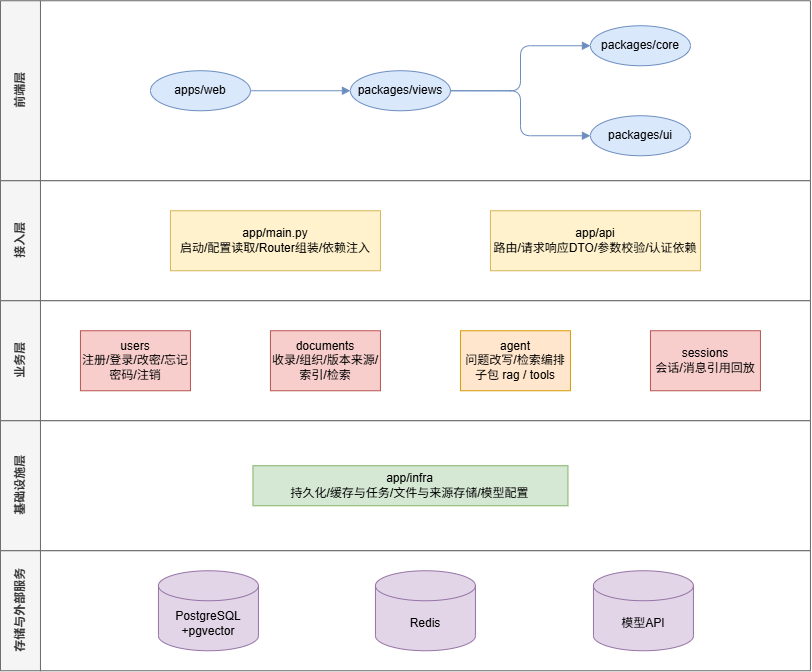
Before: docs/diagrams/architecture.png, a diagram exported from draw.io (yoyo021608/yoyo-knowledge-base). Source tidied: cells renumbered, new cells last; positions are measured from the earlier drawing's top-left corner, leaving out a move shared by most shapes.
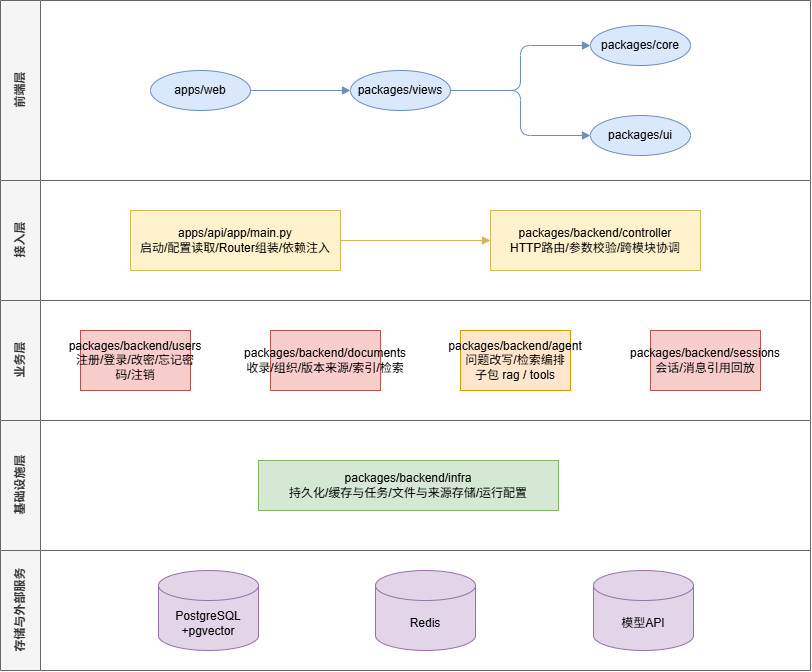
After the change.

Change to the diagram source:
```diff
@@ -29,32 +29,35 @@
     <mxCell id="10" value="接入层" style="swimlane;startSize=40;horizontal=0;html=1;fillColor=#f5f5f5;fontColor=#333333;strokeColor=#666666;swimlaneFillColor=default;" parent="1" vertex="1">
       <mxGeometry y="180" width="810" height="120" as="geometry" />
     </mxCell>
-    <mxCell id="11" value="app/main.py&lt;div&gt;启动/配置读取/Router组装/依赖注入&lt;/div&gt;" style="whiteSpace=wrap;html=1;align=center;fillColor=#fff2cc;strokeColor=#d6b656;" parent="10" vertex="1">
-      <mxGeometry x="170" y="30" width="210" height="60" as="geometry" />
+    <mxCell id="11" value="apps/api/app/main.py&lt;div&gt;启动/配置读取/Router组装/依赖注入&lt;/div&gt;" style="whiteSpace=wrap;html=1;align=center;fillColor=#fff2cc;strokeColor=#d6b656;" parent="10" vertex="1">
+      <mxGeometry x="130" y="30" width="210" height="60" as="geometry" />
     </mxCell>
-    <mxCell id="12" value="app/api&lt;div&gt;路由/请求响应DTO/参数校验/认证依赖&lt;/div&gt;" style="whiteSpace=wrap;html=1;align=center;fillColor=#fff2cc;strokeColor=#d6b656;" parent="10" vertex="1">
+    <mxCell id="12" value="packages/backend/controller&lt;div&gt;HTTP路由/参数校验/跨模块协调&lt;/div&gt;" style="whiteSpace=wrap;html=1;align=center;fillColor=#fff2cc;strokeColor=#d6b656;" parent="10" vertex="1">
       <mxGeometry x="490" y="30" width="210" height="60" as="geometry" />
     </mxCell>
+    <mxCell id="24" style="edgeStyle=orthogonalEdgeStyle;rounded=1;html=1;endArrow=block;endFill=1;strokeColor=#d6b656;" parent="1" edge="1" source="11" target="12">
+      <mxGeometry relative="1" as="geometry" />
+    </mxCell>
     <mxCell id="13" value="业务层" style="swimlane;startSize=40;horizontal=0;html=1;fillColor=#f5f5f5;fontColor=#333333;strokeColor=#666666;swimlaneFillColor=default;" parent="1" vertex="1">
       <mxGeometry y="300" width="810" height="120" as="geometry" />
     </mxCell>
-    <mxCell id="14" value="users&lt;div&gt;注册/登录/改密/忘记密码/注销&lt;/div&gt;" style="whiteSpace=wrap;html=1;align=center;fillColor=#f8cecc;strokeColor=#b85450;" parent="13" vertex="1">
+    <mxCell id="14" value="packages/backend/users&lt;div&gt;注册/登录/改密/忘记密码/注销&lt;/div&gt;" style="whiteSpace=wrap;html=1;align=center;fillColor=#f8cecc;strokeColor=#b85450;" parent="13" vertex="1">
       <mxGeometry x="80" y="30" width="110" height="60" as="geometry" />
     </mxCell>
-    <mxCell id="15" value="documents&lt;div&gt;收录/组织/版本来源/索引/检索&lt;/div&gt;" style="whiteSpace=wrap;html=1;align=center;fillColor=#f8cecc;strokeColor=#b85450;" parent="13" vertex="1">
+    <mxCell id="15" value="packages/backend/documents&lt;div&gt;收录/组织/版本来源/索引/检索&lt;/div&gt;" style="whiteSpace=wrap;html=1;align=center;fillColor=#f8cecc;strokeColor=#b85450;" parent="13" vertex="1">
       <mxGeometry x="270" y="30" width="110" height="60" as="geometry" />
     </mxCell>
-    <mxCell id="16" value="agent&lt;div&gt;问题改写/检索编排&lt;/div&gt;&lt;div&gt;子包 rag / tools&lt;/div&gt;" style="whiteSpace=wrap;html=1;align=center;fillColor=#ffe6cc;strokeColor=#d79b00;" parent="13" vertex="1">
+    <mxCell id="16" value="packages/backend/agent&lt;div&gt;问题改写/检索编排&lt;/div&gt;&lt;div&gt;子包 rag / tools&lt;/div&gt;" style="whiteSpace=wrap;html=1;align=center;fillColor=#ffe6cc;strokeColor=#d79b00;" parent="13" vertex="1">
       <mxGeometry x="460" y="30" width="110" height="60" as="geometry" />
     </mxCell>
-    <mxCell id="17" value="sessions&lt;div&gt;会话/消息引用回放&lt;/div&gt;" style="whiteSpace=wrap;html=1;align=center;fillColor=#f8cecc;strokeColor=#b85450;" parent="13" vertex="1">
+    <mxCell id="17" value="packages/backend/sessions&lt;div&gt;会话/消息引用回放&lt;/div&gt;" style="whiteSpace=wrap;html=1;align=center;fillColor=#f8cecc;strokeColor=#b85450;" parent="13" vertex="1">
       <mxGeometry x="650" y="30" width="110" height="60" as="geometry" />
     </mxCell>
     <mxCell id="18" value="基础设施层" style="swimlane;startSize=40;horizontal=0;html=1;fillColor=#f5f5f5;fontColor=#333333;strokeColor=#666666;swimlaneFillColor=default;" parent="1" vertex="1">
       <mxGeometry y="420" width="810" height="130" as="geometry" />
     </mxCell>
-    <mxCell id="19" value="app/infra&lt;div&gt;持久化/缓存与任务/文件与来源存储/模型配置&lt;/div&gt;" style="whiteSpace=wrap;html=1;align=center;fillColor=#d5e8d4;strokeColor=#82b366;" parent="18" vertex="1">
-      <mxGeometry x="252.5" y="45" width="315" height="40" as="geometry" />
+    <mxCell id="19" value="packages/backend/infra&lt;div&gt;持久化/缓存与任务/文件与来源存储/运行配置&lt;/div&gt;" style="whiteSpace=wrap;html=1;align=center;fillColor=#d5e8d4;strokeColor=#82b366;" parent="18" vertex="1">
+      <mxGeometry x="258" y="40" width="300" height="50" as="geometry" />
     </mxCell>
     <mxCell id="20" value="存储与外部服务" style="swimlane;startSize=40;horizontal=0;html=1;fillColor=#f5f5f5;fontColor=#333333;strokeColor=#666666;swimlaneFillColor=default;" parent="1" vertex="1">
       <mxGeometry y="550" width="810" height="120" as="geometry" />
```
